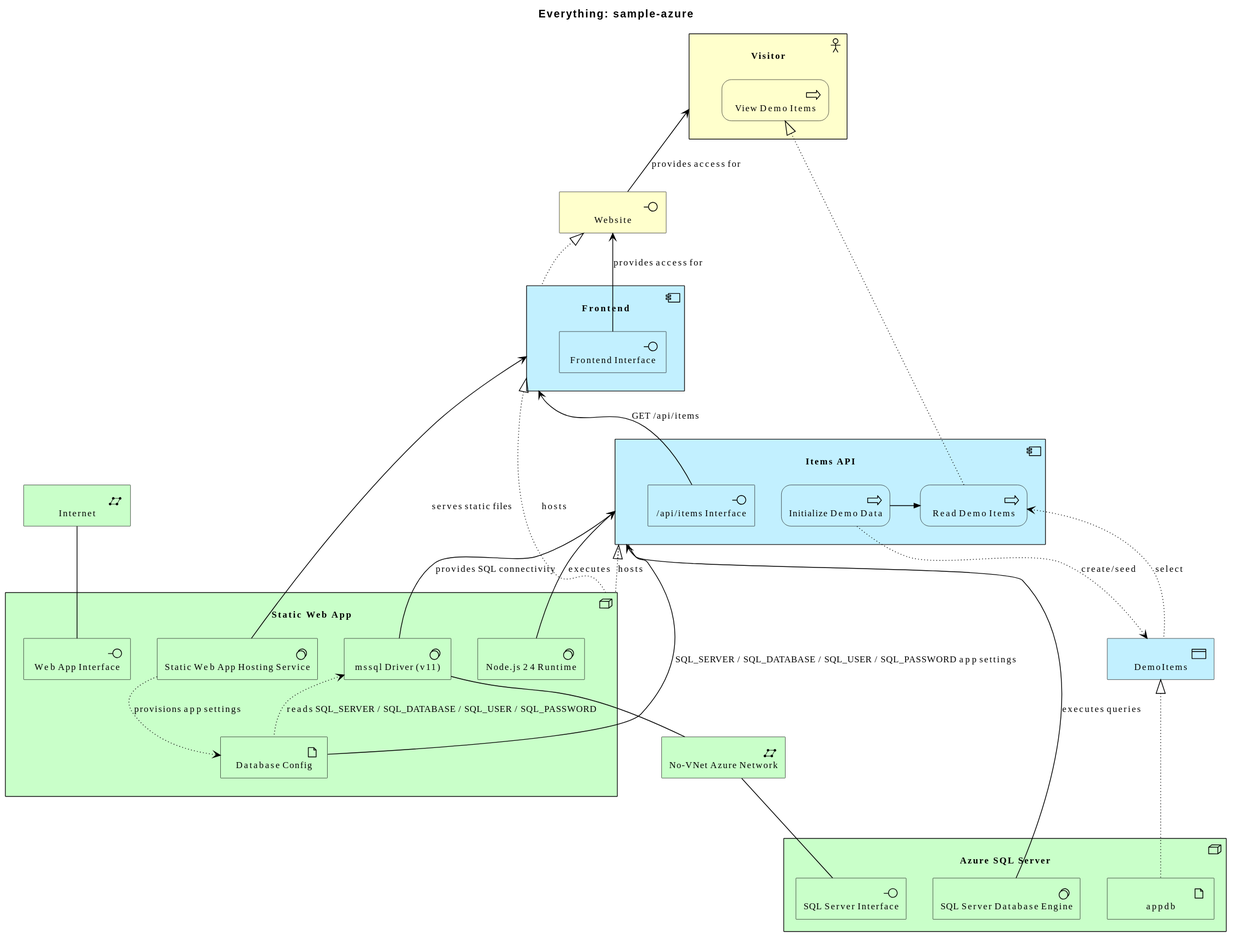
wolffy-au/frictionless-sample-azure keeps this PlantUML diagram as diagrams/overview.svg. Above is the earlier version.
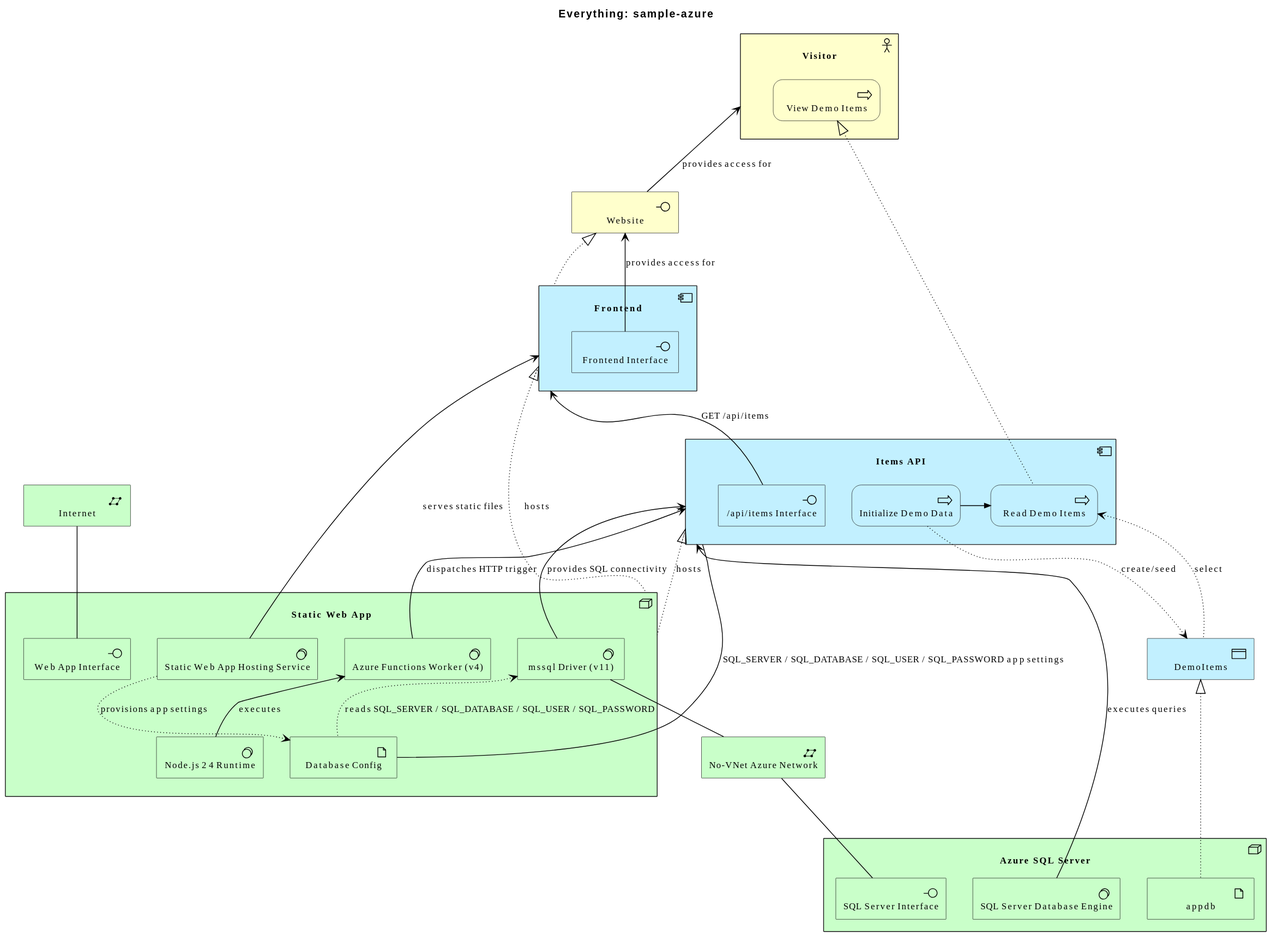
After the commit.

Commit message:
feat(architecture): model sample-azure's Azure Functions Worker binding

The edit, as a diff of the source:
```diff
@@ -9,6 +9,7 @@
   Technology_Interface(e_id33cc192ee35e5b, "Web App Interface")
   Technology_SystemSoftware(e_id3b81282895f35e, "Static Web App Hosting Service")
   Technology_SystemSoftware(e_id0d25a940b29254, "Node.js 24 Runtime")
+  Technology_SystemSoftware(e_id5855479862f653, "Azure Functions Worker (v4)")
   Technology_SystemSoftware(e_id4c5fc1cbb2f459, "mssql Driver (v11)")
 }
 Technology_Node(e_idd447595fb73a5f, "Azure SQL Server") {
@@ -49,7 +50,8 @@
 Rel_Association(e_id454e7b903b8357, e_id33cc192ee35e5b, "")
 Rel_Association(e_id5deb57760c7b5f, e_id76a7034dd9ab53, "")
 Rel_Access_w(e_id3b81282895f35e, e_id1ee4629338065d, "provisions app settings")
-Rel_Serving_Up(e_id0d25a940b29254, e_idb9118a54ded651, "executes")
+Rel_Serving_Up(e_id0d25a940b29254, e_id5855479862f653, "executes")
+Rel_Serving_Up(e_id5855479862f653, e_idb9118a54ded651, "dispatches HTTP trigger")
 Rel_Serving_Up(e_id4c5fc1cbb2f459, e_idb9118a54ded651, "provides SQL connectivity")
 Rel_Association(e_id4c5fc1cbb2f459, e_id5deb57760c7b5f, "")
 Rel_Access_r(e_id4c5fc1cbb2f459, e_id1ee4629338065d, "reads SQL_SERVER / SQL_DATABASE / SQL_USER / SQL_PASSWORD")
```
